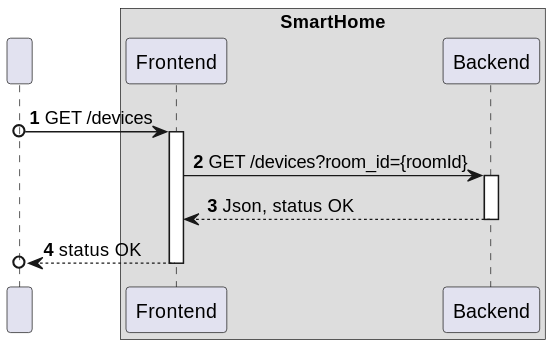
The PlantUML diagram docs/C4_4plus1_models/Level2/ProcessView/ProcessViewLevel2_UC22_v1.svg in moutajDev/smarthome, before a commit. Source of this version:
```plantuml
@startuml
!pragma layout smetana

autonumber

participant " " as User

box "SmartHome"
    participant "Frontend" as FE
    participant "Backend" as SV
end box

User o-> FE : GET /devices
activate FE

FE -> SV : GET /devices?room_id={roomId}
activate SV

SV --> FE : Json, status OK
deactivate SV

FE -->o User : status OK
deactivate FE
@enduml
```
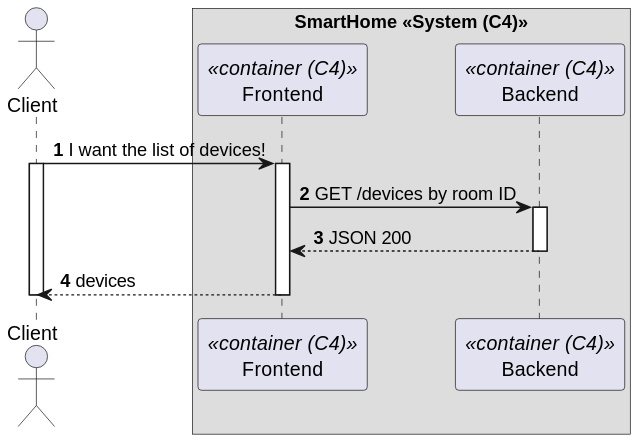
Above is the later version.

The edit, as a diff of the source:
```diff
@@ -3,22 +3,25 @@
 
 autonumber
 
-participant " " as User
+actor "Client" as User
 
-box "SmartHome"
-    participant "Frontend" as FE
-    participant "Backend" as SV
+
+box "SmartHome <<System (C4)>>"
+participant "Frontend" as FE<<container (C4)>>
+    participant "Backend" as SV<<container (C4)>>
 end box
 
-User o-> FE : GET /devices
+User -> FE : I want the list of devices!
 activate FE
+activate User
 
-FE -> SV : GET /devices?room_id={roomId}
+FE -> SV : GET /devices by room ID
 activate SV
 
-SV --> FE : Json, status OK
+SV --> FE : JSON 200
 deactivate SV
 
-FE -->o User : status OK
+FE --> User : devices
 deactivate FE
+deactivate User
 @enduml
```
